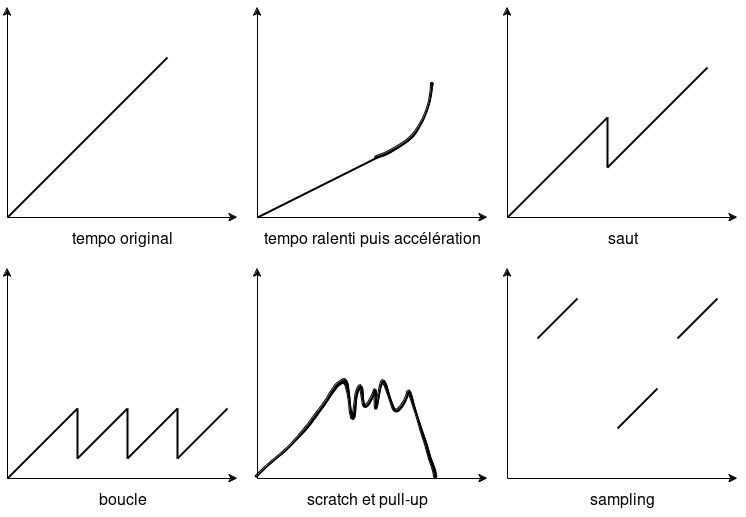
Earlier version of the draw.io export prez/2024-03-26/temps-temps.drawio.png (etiandre/reverse-dj-mix). Source tidied: cells renumbered, new cells last; positions are measured from the earlier drawing's top-left corner, leaving out a move shared by most shapes. Its diagram source:
```xml
<mxGraphModel>
  <root>
    <mxCell id="0" />
    <mxCell id="1" parent="0" />
    <mxCell id="2" style="group;" parent="1" vertex="1">
      <mxGeometry width="230" height="210" as="geometry" />
    </mxCell>
    <mxCell id="3" style="endArrow=classic;html=1;rounded=0;" parent="2" edge="1">
      <mxGeometry relative="1" as="geometry">
        <mxPoint y="210" as="sourcePoint" />
        <mxPoint as="targetPoint" />
      </mxGeometry>
    </mxCell>
    <mxCell id="4" style="endArrow=classic;html=1;rounded=0;" parent="2" edge="1">
      <mxGeometry relative="1" as="geometry">
        <mxPoint y="210" as="sourcePoint" />
        <mxPoint x="230" y="210" as="targetPoint" />
      </mxGeometry>
    </mxCell>
    <mxCell id="5" style="group;" parent="1" vertex="1">
      <mxGeometry x="250" width="230" height="210" as="geometry" />
    </mxCell>
    <mxCell id="6" style="endArrow=classic;html=1;rounded=0;" parent="5" edge="1">
      <mxGeometry relative="1" as="geometry">
        <mxPoint y="210" as="sourcePoint" />
        <mxPoint as="targetPoint" />
      </mxGeometry>
    </mxCell>
    <mxCell id="7" style="endArrow=classic;html=1;rounded=0;" parent="5" edge="1">
      <mxGeometry relative="1" as="geometry">
        <mxPoint y="210" as="sourcePoint" />
        <mxPoint x="230" y="210" as="targetPoint" />
      </mxGeometry>
    </mxCell>
    <mxCell id="8" style="endArrow=none;html=1;rounded=0;strokeWidth=2;" parent="5" edge="1">
      <mxGeometry relative="1" as="geometry">
        <mxPoint y="210" as="sourcePoint" />
        <mxPoint x="120" y="150" as="targetPoint" />
      </mxGeometry>
    </mxCell>
    <mxCell id="9" style="group;" parent="1" vertex="1">
      <mxGeometry x="500" width="230" height="210" as="geometry" />
    </mxCell>
    <mxCell id="10" style="endArrow=classic;html=1;rounded=0;" parent="9" edge="1">
      <mxGeometry relative="1" as="geometry">
        <mxPoint y="210" as="sourcePoint" />
        <mxPoint as="targetPoint" />
      </mxGeometry>
    </mxCell>
    <mxCell id="11" style="endArrow=classic;html=1;rounded=0;" parent="9" edge="1">
      <mxGeometry relative="1" as="geometry">
        <mxPoint y="210" as="sourcePoint" />
        <mxPoint x="230" y="210" as="targetPoint" />
      </mxGeometry>
    </mxCell>
    <mxCell id="12" style="endArrow=none;html=1;rounded=0;strokeWidth=2;" parent="9" edge="1">
      <mxGeometry relative="1" as="geometry">
        <mxPoint y="210" as="sourcePoint" />
        <mxPoint x="100" y="110" as="targetPoint" />
      </mxGeometry>
    </mxCell>
    <mxCell id="13" style="endArrow=none;html=1;rounded=0;strokeWidth=2;" parent="9" edge="1">
      <mxGeometry relative="1" as="geometry">
        <mxPoint x="100" y="160" as="sourcePoint" />
        <mxPoint x="200" y="60" as="targetPoint" />
      </mxGeometry>
    </mxCell>
    <mxCell id="14" style="endArrow=none;html=1;rounded=0;strokeWidth=2;" parent="1" edge="1">
      <mxGeometry relative="1" as="geometry">
        <mxPoint y="210" as="sourcePoint" />
        <mxPoint x="160" y="50" as="targetPoint" />
      </mxGeometry>
    </mxCell>
    <mxCell id="15" value="tempo original" style="text;html=1;align=center;verticalAlign=middle;strokeColor=none;fillColor=none;fontSize=16;" parent="1" vertex="1">
      <mxGeometry x="55" y="218" width="120" height="30" as="geometry" />
    </mxCell>
    <mxCell id="16" value="&lt;div&gt;tempo ralenti puis accélération&lt;/div&gt;" style="text;html=1;align=center;verticalAlign=middle;strokeColor=none;fillColor=none;fontSize=16;" parent="1" vertex="1">
      <mxGeometry x="245" y="218" width="240" height="30" as="geometry" />
    </mxCell>
    <mxCell id="17" value="&lt;div style=&quot;font-size: 16px;&quot;&gt;saut&lt;/div&gt;" style="text;html=1;align=center;verticalAlign=middle;strokeColor=none;fillColor=none;fontSize=16;" parent="1" vertex="1">
      <mxGeometry x="590" y="218" width="50" height="30" as="geometry" />
    </mxCell>
    <mxCell id="18" style="endArrow=none;html=1;rounded=0;strokeWidth=2;" parent="1" edge="1">
      <mxGeometry relative="1" as="geometry">
        <mxPoint x="600" y="160" as="sourcePoint" />
        <mxPoint x="600" y="110" as="targetPoint" />
      </mxGeometry>
    </mxCell>
    <mxCell id="19" style="group;" parent="1" vertex="1">
      <mxGeometry y="261" width="230" height="210" as="geometry" />
    </mxCell>
    <mxCell id="20" style="endArrow=classic;html=1;rounded=0;" parent="19" edge="1">
      <mxGeometry relative="1" as="geometry">
        <mxPoint y="210" as="sourcePoint" />
        <mxPoint as="targetPoint" />
      </mxGeometry>
    </mxCell>
    <mxCell id="21" style="endArrow=classic;html=1;rounded=0;" parent="19" edge="1">
      <mxGeometry relative="1" as="geometry">
        <mxPoint y="210" as="sourcePoint" />
        <mxPoint x="230" y="210" as="targetPoint" />
      </mxGeometry>
    </mxCell>
    <mxCell id="22" style="endArrow=none;html=1;rounded=0;strokeWidth=2;" parent="19" edge="1">
      <mxGeometry relative="1" as="geometry">
        <mxPoint y="210" as="sourcePoint" />
        <mxPoint x="70" y="140" as="targetPoint" />
      </mxGeometry>
    </mxCell>
    <mxCell id="23" style="endArrow=none;html=1;rounded=0;strokeWidth=2;" parent="19" edge="1">
      <mxGeometry relative="1" as="geometry">
        <mxPoint x="70" y="190" as="sourcePoint" />
        <mxPoint x="120" y="140" as="targetPoint" />
      </mxGeometry>
    </mxCell>
    <mxCell id="24" style="endArrow=none;html=1;rounded=0;strokeWidth=2;" parent="19" edge="1">
      <mxGeometry relative="1" as="geometry">
        <mxPoint x="70" y="190" as="sourcePoint" />
        <mxPoint x="70" y="140" as="targetPoint" />
      </mxGeometry>
    </mxCell>
    <mxCell id="25" style="endArrow=none;html=1;rounded=0;strokeWidth=2;" parent="19" edge="1">
      <mxGeometry relative="1" as="geometry">
        <mxPoint x="120" y="190" as="sourcePoint" />
        <mxPoint x="170" y="140" as="targetPoint" />
      </mxGeometry>
    </mxCell>
    <mxCell id="26" style="endArrow=none;html=1;rounded=0;strokeWidth=2;" parent="19" edge="1">
      <mxGeometry relative="1" as="geometry">
        <mxPoint x="120" y="190" as="sourcePoint" />
        <mxPoint x="120" y="140" as="targetPoint" />
      </mxGeometry>
    </mxCell>
    <mxCell id="27" style="endArrow=none;html=1;rounded=0;strokeWidth=2;" parent="19" edge="1">
      <mxGeometry relative="1" as="geometry">
        <mxPoint x="170" y="190" as="sourcePoint" />
        <mxPoint x="220" y="140" as="targetPoint" />
      </mxGeometry>
    </mxCell>
    <mxCell id="28" style="endArrow=none;html=1;rounded=0;strokeWidth=2;" parent="19" edge="1">
      <mxGeometry relative="1" as="geometry">
        <mxPoint x="170" y="190" as="sourcePoint" />
        <mxPoint x="170" y="140" as="targetPoint" />
      </mxGeometry>
    </mxCell>
    <mxCell id="29" value="boucle" style="text;html=1;align=center;verticalAlign=middle;strokeColor=none;fillColor=none;fontSize=16;" parent="1" vertex="1">
      <mxGeometry x="80" y="479" width="70" height="30" as="geometry" />
    </mxCell>
    <mxCell id="30" style="group;" parent="1" vertex="1">
      <mxGeometry x="250" y="261" width="230" height="210" as="geometry" />
    </mxCell>
    <mxCell id="31" style="endArrow=classic;html=1;rounded=0;" parent="30" edge="1">
      <mxGeometry relative="1" as="geometry">
        <mxPoint y="210" as="sourcePoint" />
        <mxPoint as="targetPoint" />
      </mxGeometry>
    </mxCell>
    <mxCell id="32" style="endArrow=classic;html=1;rounded=0;" parent="30" edge="1">
      <mxGeometry relative="1" as="geometry">
        <mxPoint y="210" as="sourcePoint" />
        <mxPoint x="230" y="210" as="targetPoint" />
      </mxGeometry>
    </mxCell>
    <mxCell id="33" style="shape=(stored shape, 4140 characters);lineShape=1;strokeColor=default;" parent="1" vertex="1">
      <mxGeometry x="248.2" y="371.4" width="181.4" height="98.8" as="geometry" />
    </mxCell>
    <mxCell id="34" value="scratch et pull-up" style="text;html=1;align=center;verticalAlign=middle;strokeColor=none;fillColor=none;fontSize=16;" parent="1" vertex="1">
      <mxGeometry x="289.5" y="479" width="140" height="30" as="geometry" />
    </mxCell>
    <mxCell id="35" style="group;" parent="1" vertex="1">
      <mxGeometry x="500" y="261" width="230" height="210" as="geometry" />
    </mxCell>
    <mxCell id="36" style="endArrow=classic;html=1;rounded=0;" parent="35" edge="1">
      <mxGeometry relative="1" as="geometry">
        <mxPoint y="210" as="sourcePoint" />
        <mxPoint as="targetPoint" />
      </mxGeometry>
    </mxCell>
    <mxCell id="37" style="endArrow=classic;html=1;rounded=0;" parent="35" edge="1">
      <mxGeometry relative="1" as="geometry">
        <mxPoint y="210" as="sourcePoint" />
        <mxPoint x="230" y="210" as="targetPoint" />
      </mxGeometry>
    </mxCell>
    <mxCell id="38" style="endArrow=none;html=1;rounded=0;strokeWidth=2;" parent="35" edge="1">
      <mxGeometry relative="1" as="geometry">
        <mxPoint x="30" y="70" as="sourcePoint" />
        <mxPoint x="70" y="30" as="targetPoint" />
      </mxGeometry>
    </mxCell>
    <mxCell id="39" style="endArrow=none;html=1;rounded=0;strokeWidth=2;" parent="35" edge="1">
      <mxGeometry relative="1" as="geometry">
        <mxPoint x="110" y="160" as="sourcePoint" />
        <mxPoint x="150" y="120" as="targetPoint" />
      </mxGeometry>
    </mxCell>
    <mxCell id="40" style="endArrow=none;html=1;rounded=0;strokeWidth=2;" parent="35" edge="1">
      <mxGeometry relative="1" as="geometry">
        <mxPoint x="170" y="70" as="sourcePoint" />
        <mxPoint x="210" y="30" as="targetPoint" />
      </mxGeometry>
    </mxCell>
    <mxCell id="41" value="sampling" style="text;html=1;align=center;verticalAlign=middle;strokeColor=none;fillColor=none;fontSize=16;" parent="1" vertex="1">
      <mxGeometry x="570" y="479" width="90" height="30" as="geometry" />
    </mxCell>
    <mxCell id="42" style="shape=(stored shape, 1424 characters);lineShape=1;strokeColor=default;" parent="1" vertex="1">
      <mxGeometry x="367.7" y="75.5" width="58.2" height="75.7" as="geometry" />
    </mxCell>
  </root>
</mxGraphModel>
```
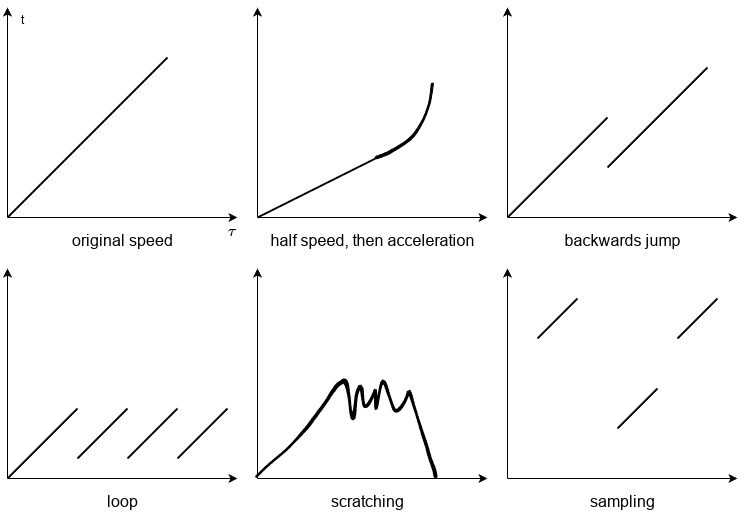
The same file after the commit.

Diff of the diagram source:
```diff
@@ -1,4 +1,4 @@
-<mxGraphModel>
+<mxGraphModel math="1">
   <root>
     <mxCell id="0" />
     <mxCell id="1" parent="0" />
@@ -17,6 +17,9 @@
         <mxPoint x="230" y="210" as="targetPoint" />
       </mxGeometry>
     </mxCell>
+    <mxCell id="43" value="t" style="text;html=1;align=center;verticalAlign=middle;strokeColor=none;fillColor=none;" parent="2" vertex="1">
+      <mxGeometry y="-2" width="30" height="30" as="geometry" />
+    </mxCell>
     <mxCell id="5" style="group;" parent="1" vertex="1">
       <mxGeometry x="250" width="230" height="210" as="geometry" />
     </mxCell>
@@ -71,21 +74,15 @@
         <mxPoint x="160" y="50" as="targetPoint" />
       </mxGeometry>
     </mxCell>
-    <mxCell id="15" value="tempo original" style="text;html=1;align=center;verticalAlign=middle;strokeColor=none;fillColor=none;fontSize=16;" parent="1" vertex="1">
+    <mxCell id="15" value="original speed" style="text;html=1;align=center;verticalAlign=middle;strokeColor=none;fillColor=none;fontSize=16;" parent="1" vertex="1">
       <mxGeometry x="55" y="218" width="120" height="30" as="geometry" />
     </mxCell>
-    <mxCell id="16" value="&lt;div&gt;tempo ralenti puis accélération&lt;/div&gt;" style="text;html=1;align=center;verticalAlign=middle;strokeColor=none;fillColor=none;fontSize=16;" parent="1" vertex="1">
-      <mxGeometry x="245" y="218" width="240" height="30" as="geometry" />
+    <mxCell id="16" value="&lt;div&gt;half speed, then acceleration&lt;/div&gt;" style="text;html=1;align=center;verticalAlign=middle;strokeColor=none;fillColor=none;fontSize=16;" parent="1" vertex="1">
+      <mxGeometry x="250" y="218" width="230" height="30" as="geometry" />
     </mxCell>
-    <mxCell id="17" value="&lt;div style=&quot;font-size: 16px;&quot;&gt;saut&lt;/div&gt;" style="text;html=1;align=center;verticalAlign=middle;strokeColor=none;fillColor=none;fontSize=16;" parent="1" vertex="1">
-      <mxGeometry x="590" y="218" width="50" height="30" as="geometry" />
+    <mxCell id="17" value="&lt;div style=&quot;font-size: 16px;&quot;&gt;backwards jump&lt;/div&gt;" style="text;html=1;align=center;verticalAlign=middle;strokeColor=none;fillColor=none;fontSize=16;" parent="1" vertex="1">
+      <mxGeometry x="545" y="218" width="140" height="30" as="geometry" />
     </mxCell>
-    <mxCell id="18" style="endArrow=none;html=1;rounded=0;strokeWidth=2;" parent="1" edge="1">
-      <mxGeometry relative="1" as="geometry">
-        <mxPoint x="600" y="160" as="sourcePoint" />
-        <mxPoint x="600" y="110" as="targetPoint" />
-      </mxGeometry>
-    </mxCell>
     <mxCell id="19" style="group;" parent="1" vertex="1">
       <mxGeometry y="261" width="230" height="210" as="geometry" />
     </mxCell>
@@ -113,38 +110,20 @@
         <mxPoint x="120" y="140" as="targetPoint" />
       </mxGeometry>
     </mxCell>
-    <mxCell id="24" style="endArrow=none;html=1;rounded=0;strokeWidth=2;" parent="19" edge="1">
-      <mxGeometry relative="1" as="geometry">
-        <mxPoint x="70" y="190" as="sourcePoint" />
-        <mxPoint x="70" y="140" as="targetPoint" />
-      </mxGeometry>
-    </mxCell>
     <mxCell id="25" style="endArrow=none;html=1;rounded=0;strokeWidth=2;" parent="19" edge="1">
       <mxGeometry relative="1" as="geometry">
         <mxPoint x="120" y="190" as="sourcePoint" />
         <mxPoint x="170" y="140" as="targetPoint" />
       </mxGeometry>
     </mxCell>
-    <mxCell id="26" style="endArrow=none;html=1;rounded=0;strokeWidth=2;" parent="19" edge="1">
-      <mxGeometry relative="1" as="geometry">
-        <mxPoint x="120" y="190" as="sourcePoint" />
-        <mxPoint x="120" y="140" as="targetPoint" />
-      </mxGeometry>
-    </mxCell>
     <mxCell id="27" style="endArrow=none;html=1;rounded=0;strokeWidth=2;" parent="19" edge="1">
       <mxGeometry relative="1" as="geometry">
         <mxPoint x="170" y="190" as="sourcePoint" />
         <mxPoint x="220" y="140" as="targetPoint" />
       </mxGeometry>
     </mxCell>
-    <mxCell id="28" style="endArrow=none;html=1;rounded=0;strokeWidth=2;" parent="19" edge="1">
-      <mxGeometry relative="1" as="geometry">
-        <mxPoint x="170" y="190" as="sourcePoint" />
-        <mxPoint x="170" y="140" as="targetPoint" />
-      </mxGeometry>
-    </mxCell>
-    <mxCell id="29" value="boucle" style="text;html=1;align=center;verticalAlign=middle;strokeColor=none;fillColor=none;fontSize=16;" parent="1" vertex="1">
-      <mxGeometry x="80" y="479" width="70" height="30" as="geometry" />
+    <mxCell id="29" value="loop" style="text;html=1;align=center;verticalAlign=middle;strokeColor=none;fillColor=none;fontSize=16;" parent="1" vertex="1">
+      <mxGeometry x="90" y="479" width="50" height="30" as="geometry" />
     </mxCell>
     <mxCell id="30" style="group;" parent="1" vertex="1">
       <mxGeometry x="250" y="261" width="230" height="210" as="geometry" />
@@ -164,8 +143,8 @@
     <mxCell id="33" style="shape=(stored shape, 4140 characters);lineShape=1;strokeColor=default;" parent="1" vertex="1">
       <mxGeometry x="248.2" y="371.4" width="181.4" height="98.8" as="geometry" />
     </mxCell>
-    <mxCell id="34" value="scratch et pull-up" style="text;html=1;align=center;verticalAlign=middle;strokeColor=none;fillColor=none;fontSize=16;" parent="1" vertex="1">
-      <mxGeometry x="289.5" y="479" width="140" height="30" as="geometry" />
+    <mxCell id="34" value="scratching" style="text;html=1;align=center;verticalAlign=middle;strokeColor=none;fillColor=none;fontSize=16;" parent="1" vertex="1">
+      <mxGeometry x="309.5" y="479" width="100" height="30" as="geometry" />
     </mxCell>
     <mxCell id="35" style="group;" parent="1" vertex="1">
       <mxGeometry x="500" y="261" width="230" height="210" as="geometry" />
@@ -206,5 +185,8 @@
     <mxCell id="42" style="shape=(stored shape, 1424 characters);lineShape=1;strokeColor=default;" parent="1" vertex="1">
       <mxGeometry x="367.7" y="75.5" width="58.2" height="75.7" as="geometry" />
     </mxCell>
+    <mxCell id="44" value="$$\tau$$" style="text;html=1;align=center;verticalAlign=middle;strokeColor=none;fillColor=none;" parent="1" vertex="1">
+      <mxGeometry x="190" y="210" width="70" height="30" as="geometry" />
+    </mxCell>
   </root>
 </mxGraphModel>
```
